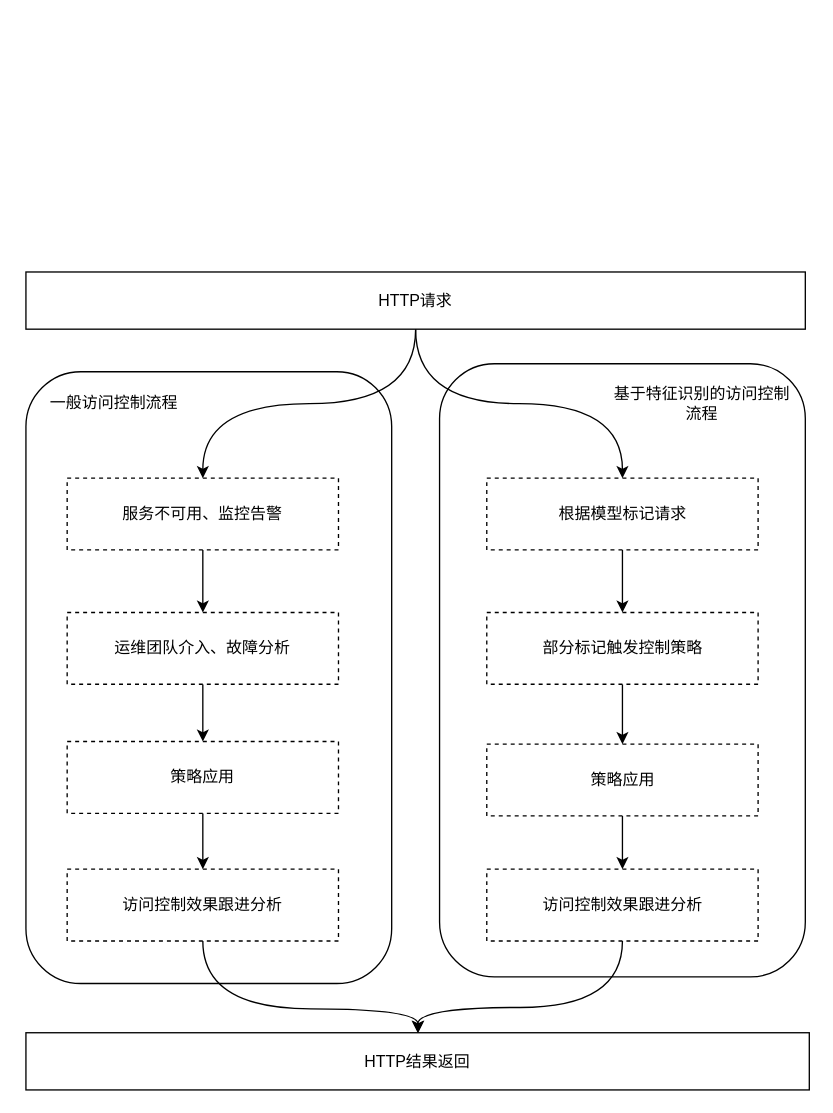
The draw.io diagram page "第 1 页" (1 of 2) of 特征工程flow.drawio in HurryUpWb/pdf, before the edit. Source tidied: cells renumbered, new cells numbered last; positions are measured from the earlier drawing's top-left corner, leaving out a move shared by most shapes. Both pictures are drawn from the tidied source at 133%, with x=0, y=0 at pixel (23, 271).
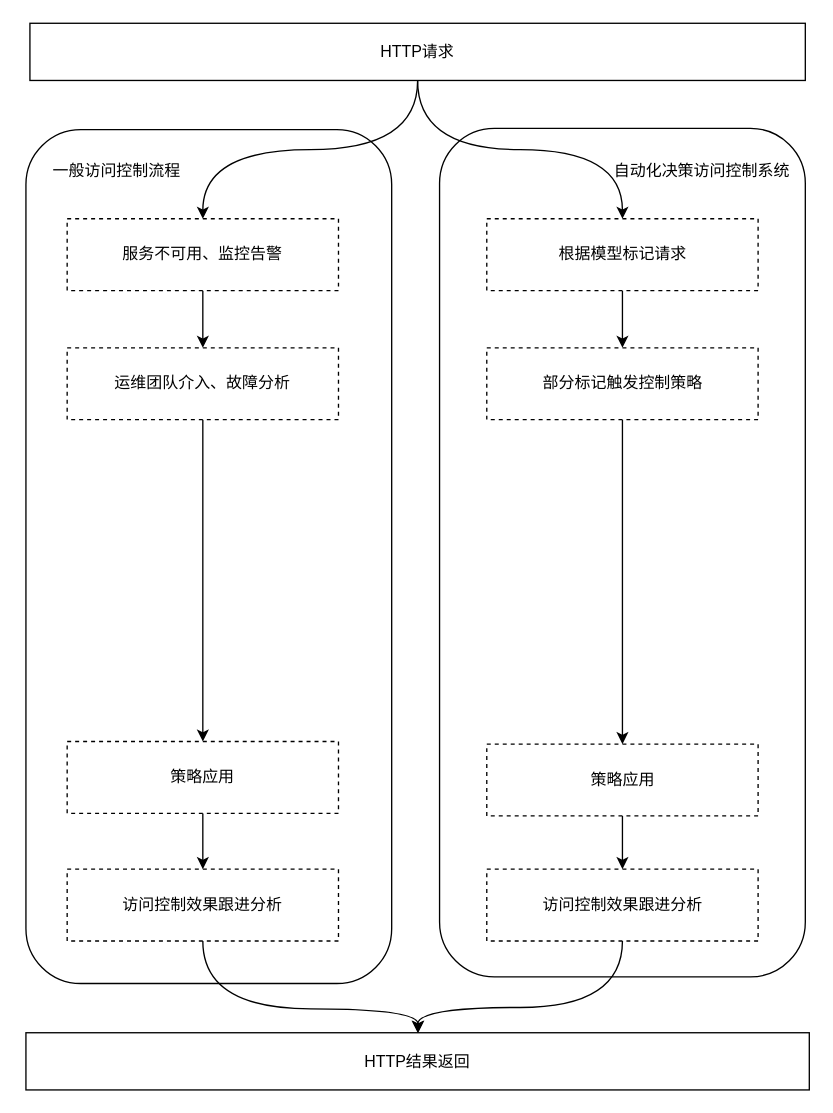
The same page after the edit.

Commit message:
更新特征工程flow.drawio

What changed in the source:
```diff
@@
     <mxCell id="2" style="rounded=1;whiteSpace=wrap;html=1;" parent="1" vertex="1">
-      <mxGeometry x="313" y="69" width="275" height="461" as="geometry" />
+      <mxGeometry x="313" y="-108" width="275" height="638" as="geometry" />
     </mxCell>
     <mxCell id="3" style="rounded=1;whiteSpace=wrap;html=1;" parent="1" vertex="1">
-      <mxGeometry x="2" y="75" width="275" height="460" as="geometry" />
+      <mxGeometry x="2" y="-107" width="275" height="642" as="geometry" />
     </mxCell>
@@
     <mxCell id="6" value="HTTP请求" style="rounded=0;whiteSpace=wrap;html=1;" parent="1" vertex="1">
-      <mxGeometry x="2" width="586" height="43" as="geometry" />
+      <mxGeometry x="5" y="-187" width="583" height="43" as="geometry" />
     </mxCell>
@@
     <mxCell id="8" value="服务不可用、监控告警" style="whiteSpace=wrap;html=1;rounded=0;dashed=1;align=center;" parent="1" vertex="1">
-      <mxGeometry x="33" y="155" width="204" height="54" as="geometry" />
+      <mxGeometry x="33" y="-40" width="204" height="54" as="geometry" />
     </mxCell>
@@
     <mxCell id="10" value="运维团队介入、故障分析" style="whiteSpace=wrap;html=1;rounded=0;dashed=1;align=center;" parent="1" vertex="1">
-      <mxGeometry x="33" y="256" width="204" height="54" as="geometry" />
+      <mxGeometry x="33" y="57" width="204" height="54" as="geometry" />
     </mxCell>
@@
     <mxCell id="17" value="根据模型标记请求" style="whiteSpace=wrap;html=1;rounded=0;dashed=1;align=center;" parent="1" vertex="1">
-      <mxGeometry x="348.5" y="155" width="204" height="54" as="geometry" />
+      <mxGeometry x="348.5" y="-40" width="204" height="54" as="geometry" />
     </mxCell>
@@
     <mxCell id="19" value="部分标记触发控制策略" style="whiteSpace=wrap;html=1;rounded=0;dashed=1;align=center;" parent="1" vertex="1">
-      <mxGeometry x="348.5" y="256" width="204" height="54" as="geometry" />
+      <mxGeometry x="348.5" y="57" width="204" height="54" as="geometry" />
     </mxCell>
@@
     <mxCell id="24" value="一般访问控制流程" style="text;html=1;align=center;verticalAlign=middle;whiteSpace=wrap;rounded=0;" parent="1" vertex="1">
-      <mxGeometry y="84" width="137" height="30" as="geometry" />
+      <mxGeometry x="2" y="-91" width="137" height="30" as="geometry" />
     </mxCell>
-    <mxCell id="25" value="基于特征识别的访问控制流程" style="text;html=1;align=center;verticalAlign=middle;whiteSpace=wrap;rounded=0;" parent="1" vertex="1">
-      <mxGeometry x="442" y="84" width="137" height="30" as="geometry" />
+    <mxCell id="25" value="&lt;p class=&quot;MsoNormal&quot;&gt;&lt;font face=&quot;Helvetica&quot;&gt;自动化决策访问控制系统&lt;/font&gt;&lt;/p&gt;" style="text;html=1;align=center;verticalAlign=middle;whiteSpace=wrap;rounded=0;" parent="1" vertex="1">
+      <mxGeometry x="442" y="-91" width="137" height="30" as="geometry" />
     </mxCell>
```
